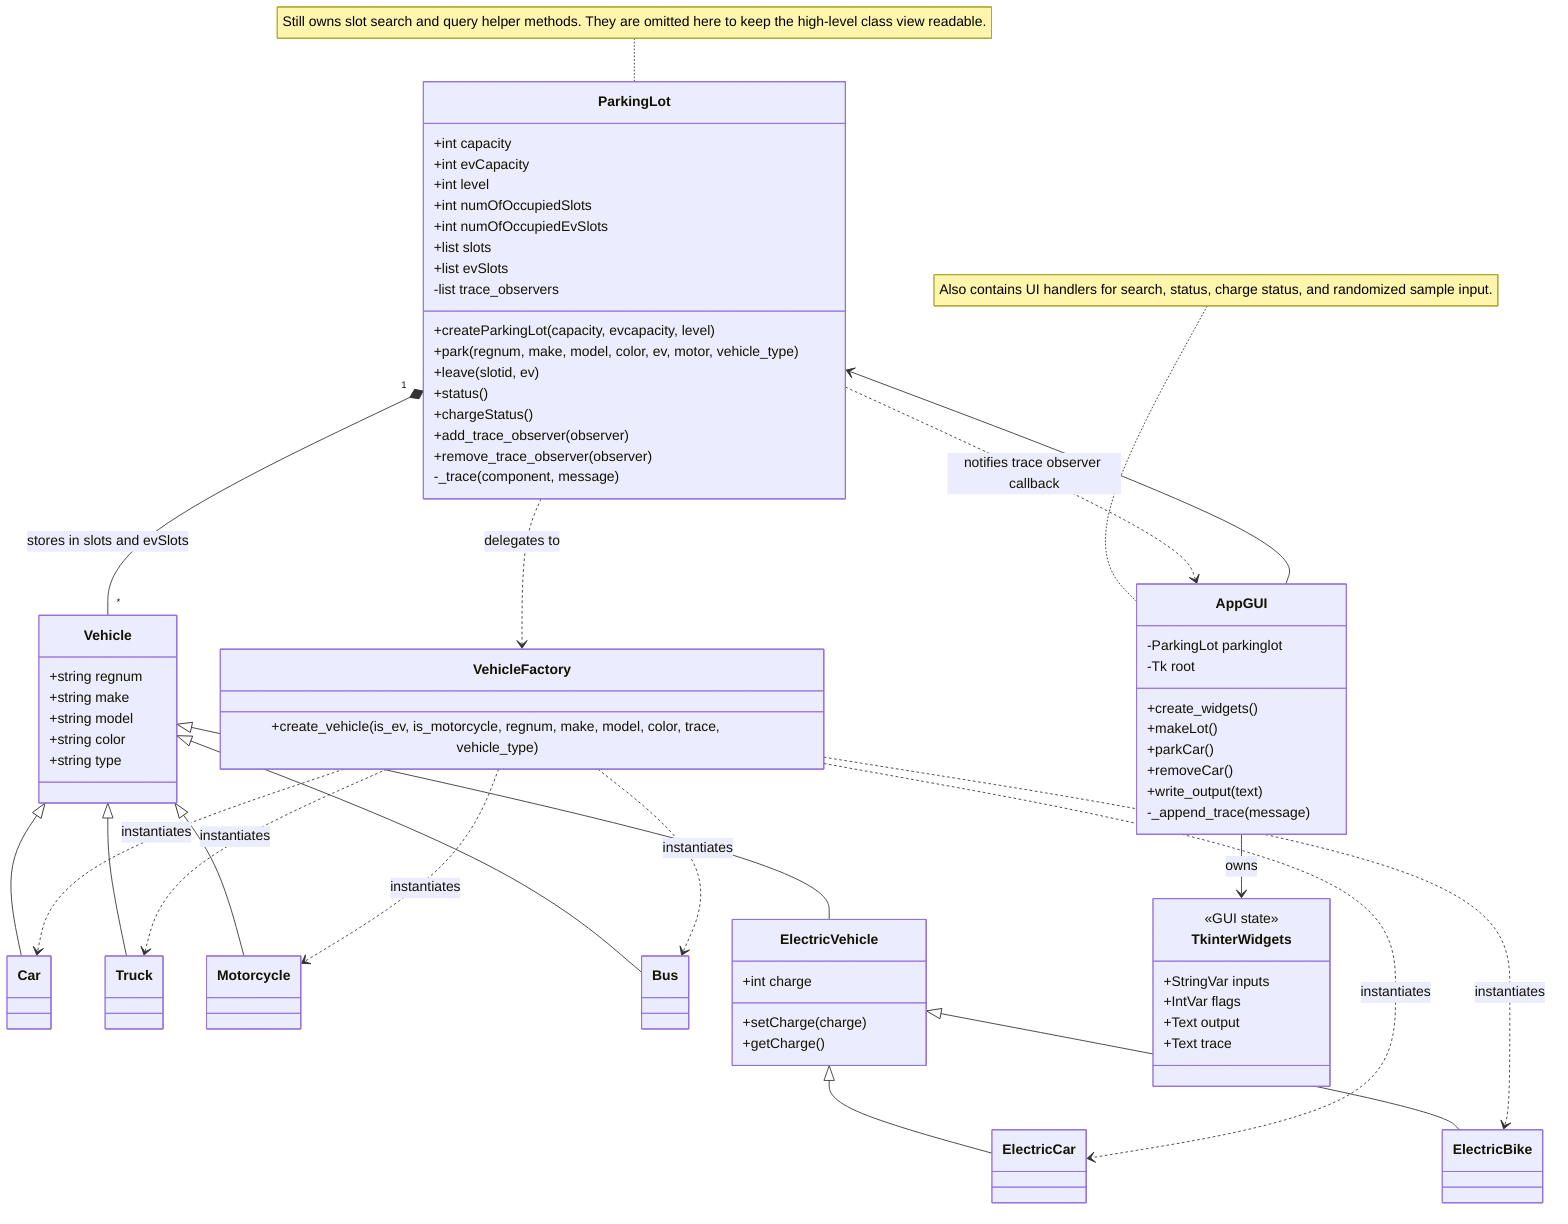
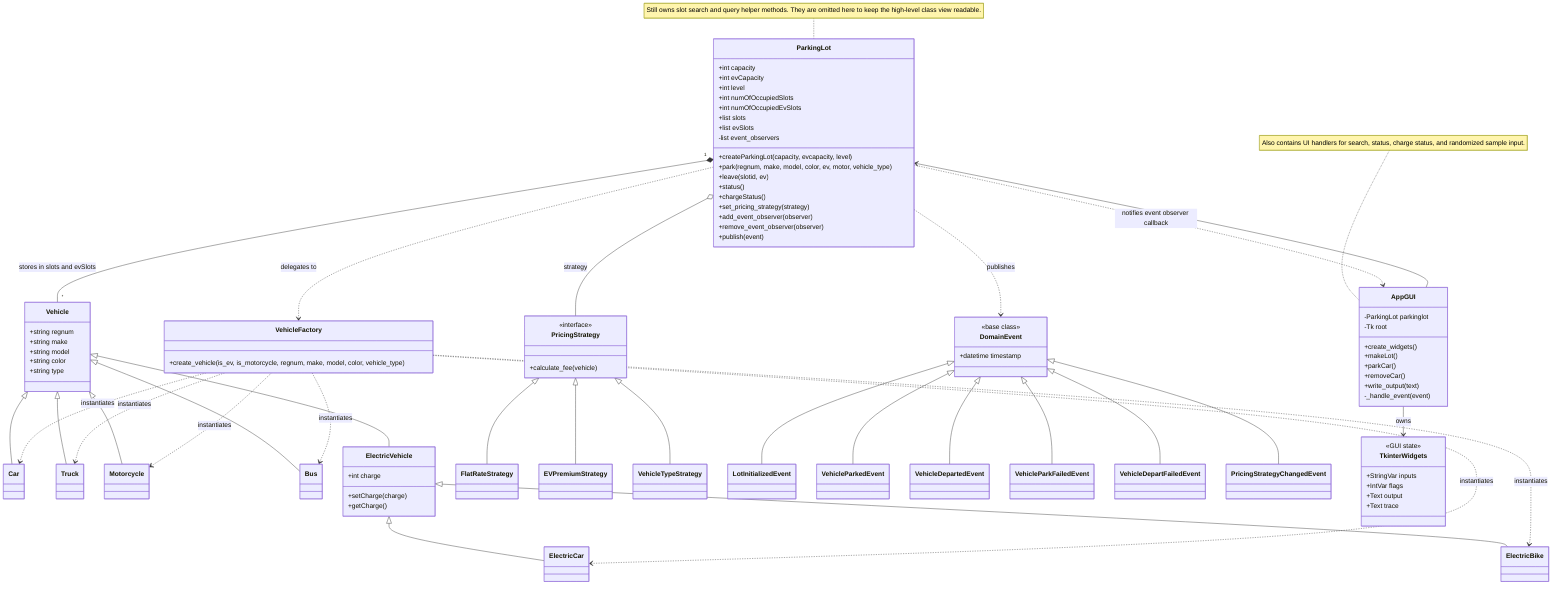
classDiagram
    class ParkingLot {
        +int capacity
        +int evCapacity
        +int level
        +int numOfOccupiedSlots
        +int numOfOccupiedEvSlots
        +list slots
        +list evSlots
-         -list trace_observers
+         -list event_observers
        +createParkingLot(capacity, evcapacity, level)
        +park(regnum, make, model, color, ev, motor, vehicle_type)
        +leave(slotid, ev)
        +status()
        +chargeStatus()
-         +add_trace_observer(observer)
-         +remove_trace_observer(observer)
-         -_trace(component, message)
+         +set_pricing_strategy(strategy)
+         +add_event_observer(observer)
+         +remove_event_observer(observer)
+         +publish(event)
    }
    note for ParkingLot "Still owns slot search and query helper methods. They are omitted here to keep the high-level class view readable."

    class VehicleFactory {
-         +create_vehicle(is_ev, is_motorcycle, regnum, make, model, color, trace, vehicle_type)
+         +create_vehicle(is_ev, is_motorcycle, regnum, make, model, color, vehicle_type)
    }

    class Vehicle {
        +string regnum
        +string make
        +string model
        +string color
        +string type
    }
    class Car
    class Truck
    class Motorcycle
    class Bus
    class ElectricVehicle {
        +int charge
        +setCharge(charge)
        +getCharge()
    }
    class ElectricCar
    class ElectricBike

    Vehicle <|-- Car
    Vehicle <|-- Truck
    Vehicle <|-- Motorcycle
    Vehicle <|-- Bus
    Vehicle <|-- ElectricVehicle
    ElectricVehicle <|-- ElectricCar
    ElectricVehicle <|-- ElectricBike

    ParkingLot ..> VehicleFactory : delegates to
    VehicleFactory ..> Car : instantiates
    VehicleFactory ..> Truck : instantiates
    VehicleFactory ..> Motorcycle : instantiates
    VehicleFactory ..> Bus : instantiates
    VehicleFactory ..> ElectricCar : instantiates
    VehicleFactory ..> ElectricBike : instantiates

+     class PricingStrategy {
+         <<interface>>
+         +calculate_fee(vehicle)
+     }
+     class FlatRateStrategy
+     class EVPremiumStrategy
+     class VehicleTypeStrategy
+     PricingStrategy <|-- FlatRateStrategy
+     PricingStrategy <|-- EVPremiumStrategy
+     PricingStrategy <|-- VehicleTypeStrategy
+ 
+     ParkingLot o-- PricingStrategy : strategy
+ 
+     class DomainEvent {
+         <<base class>>
+         +datetime timestamp
+     }
+     class LotInitializedEvent
+     class VehicleParkedEvent
+     class VehicleDepartedEvent
+     class VehicleParkFailedEvent
+     class VehicleDepartFailedEvent
+     class PricingStrategyChangedEvent
+ 
+     DomainEvent <|-- LotInitializedEvent
+     DomainEvent <|-- VehicleParkedEvent
+     DomainEvent <|-- VehicleDepartedEvent
+     DomainEvent <|-- VehicleParkFailedEvent
+     DomainEvent <|-- VehicleDepartFailedEvent
+     DomainEvent <|-- PricingStrategyChangedEvent
+ 
+     ParkingLot ..> DomainEvent : publishes
+ 
    ParkingLot "1" *-- "*" Vehicle : stores in slots and evSlots

    class AppGUI {
        -ParkingLot parkinglot
        -Tk root
        +create_widgets()
        +makeLot()
        +parkCar()
        +removeCar()
        +write_output(text)
-         -_append_trace(message)
+         -_handle_event(event)
    }
    note for AppGUI "Also contains UI handlers for search, status, charge status, and randomized sample input."
    class TkinterWidgets {
        <<GUI state>>
        +StringVar inputs
        +IntVar flags
        +Text output
        +Text trace
    }
    AppGUI --> ParkingLot : uses
    AppGUI --> TkinterWidgets : owns
-     ParkingLot ..> AppGUI : notifies trace observer callback
+     ParkingLot ..> AppGUI : notifies event observer callback
